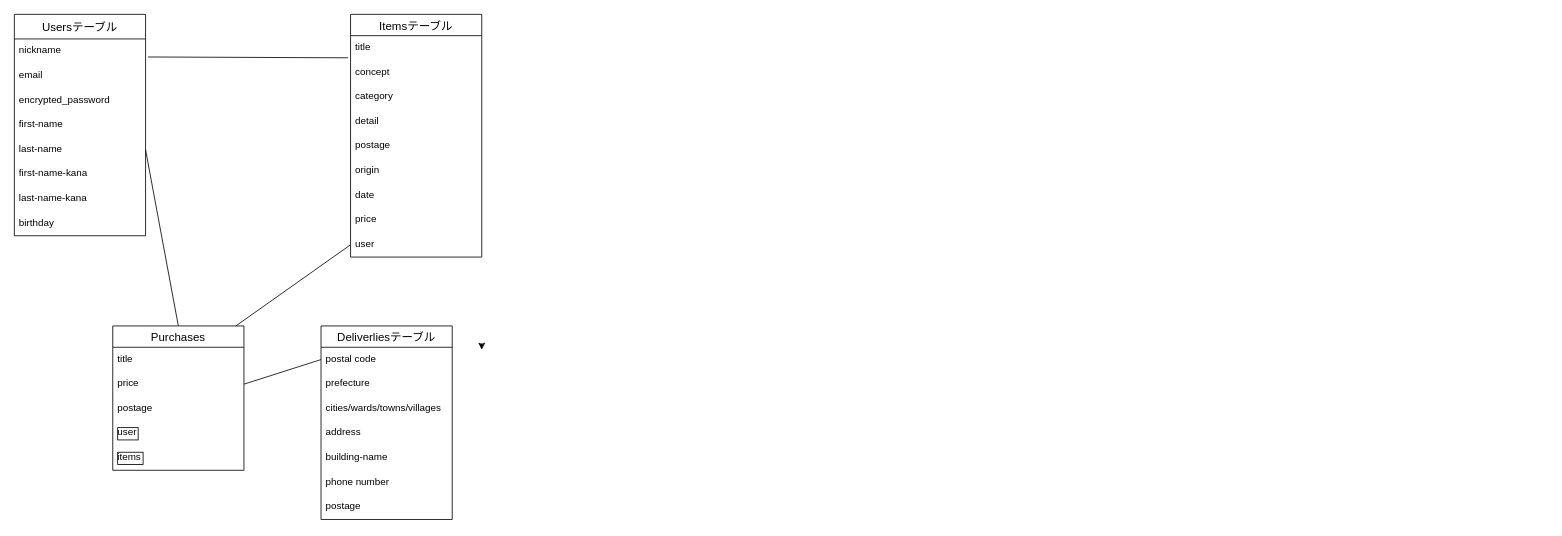
Earlier version of the draw.io diagram furima.dio (kazu-oku1/furima-37537). Source tidied: cells renumbered, new cells numbered last; positions are measured from the earlier drawing's top-left corner, leaving out a move shared by most shapes. Both pictures are drawn from the tidied source at 82%, with x=0, y=0 at pixel (14, 14).
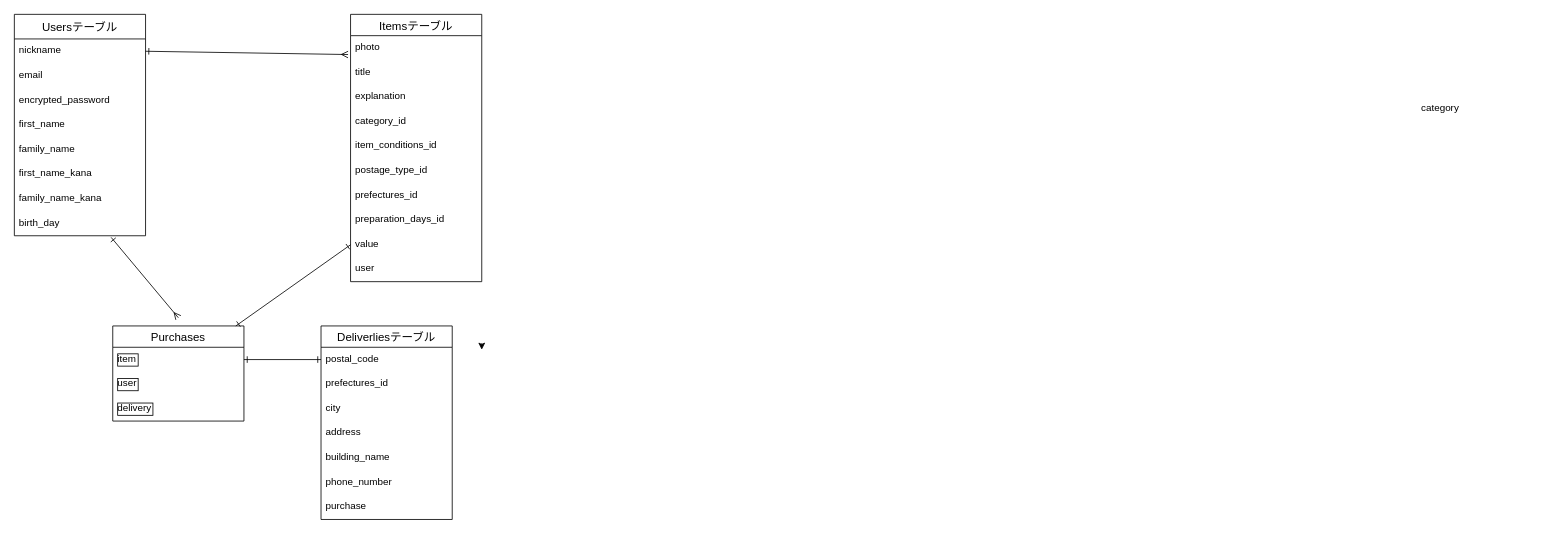
After the change.

Commit message (it also covers changes not shown here):
レビュー後修正

Unchanged cells that the change refers to:
```xml
<mxCell id="2" value="Usersテーブル" style="swimlane;fontStyle=0;horizontal=1;startSize=30;align=center;fontSize=14;" parent="1" vertex="1">
  <mxGeometry width="160" height="270" as="geometry" />
</mxCell>
<mxCell id="3" value="nickname" style="text;strokeColor=none;fillColor=none;spacingLeft=4;spacingRight=4;overflow=hidden;points=[[0,0.5],[1,0.5]];portConstraint=eastwest;fontSize=12;" parent="2" vertex="1">
  <mxGeometry y="30" width="160" height="30" as="geometry" />
</mxCell>
<mxCell id="28" value="Deliverliesテーブル" style="swimlane;fontStyle=0;horizontal=1;startSize=26;align=center;fontSize=14;" parent="1" vertex="1">
  <mxGeometry x="374" y="380" width="160" height="236" as="geometry" />
</mxCell>
```

The edit, as a diff of the source:
```diff
@@
-    <mxCell id="6" value="first-name " style="text;strokeColor=none;fillColor=none;spacingLeft=4;spacingRight=4;overflow=hidden;fontSize=12;sketch=1;" parent="2" vertex="1">
+    <mxCell id="6" value="first_name" style="text;strokeColor=none;fillColor=none;spacingLeft=4;spacingRight=4;overflow=hidden;fontSize=12;sketch=1;" parent="2" vertex="1">
       <mxGeometry y="120" width="160" height="30" as="geometry" />
     </mxCell>
-    <mxCell id="7" value="last-name" style="text;strokeColor=none;fillColor=none;spacingLeft=4;spacingRight=4;overflow=hidden;points=[[0,0.5],[1,0.5]];portConstraint=eastwest;fontSize=12;sketch=1;" parent="2" vertex="1">
+    <mxCell id="7" value="family_name" style="text;strokeColor=none;fillColor=none;spacingLeft=4;spacingRight=4;overflow=hidden;points=[[0,0.5],[1,0.5]];portConstraint=eastwest;fontSize=12;sketch=1;" parent="2" vertex="1">
       <mxGeometry y="150" width="160" height="30" as="geometry" />
     </mxCell>
-    <mxCell id="8" value="first-name-kana" style="text;strokeColor=none;fillColor=none;spacingLeft=4;spacingRight=4;overflow=hidden;fontSize=12;sketch=1;" parent="2" vertex="1">
+    <mxCell id="8" value="first_name_kana" style="text;strokeColor=none;fillColor=none;spacingLeft=4;spacingRight=4;overflow=hidden;fontSize=12;sketch=1;" parent="2" vertex="1">
       <mxGeometry y="180" width="160" height="30" as="geometry" />
     </mxCell>
-    <mxCell id="9" value="last-name-kana" style="text;strokeColor=none;fillColor=none;spacingLeft=4;spacingRight=4;overflow=hidden;fontSize=12;sketch=1;" parent="2" vertex="1">
+    <mxCell id="9" value="family_name_kana" style="text;strokeColor=none;fillColor=none;spacingLeft=4;spacingRight=4;overflow=hidden;fontSize=12;sketch=1;" parent="2" vertex="1">
       <mxGeometry y="210" width="160" height="30" as="geometry" />
     </mxCell>
-    <mxCell id="10" value="birthday" style="text;strokeColor=none;fillColor=none;spacingLeft=4;spacingRight=4;overflow=hidden;points=[[0,0.5],[1,0.5]];portConstraint=eastwest;fontSize=12;sketch=1;" parent="2" vertex="1">
+    <mxCell id="10" value="birth_day" style="text;strokeColor=none;fillColor=none;spacingLeft=4;spacingRight=4;overflow=hidden;points=[[0,0.5],[1,0.5]];portConstraint=eastwest;fontSize=12;sketch=1;" parent="2" vertex="1">
       <mxGeometry y="240" width="160" height="30" as="geometry" />
     </mxCell>
     <mxCell id="11" value="Purchases" style="swimlane;fontStyle=0;horizontal=1;startSize=26;align=center;fontSize=14;" parent="1" vertex="1">
-      <mxGeometry x="120" y="380" width="160" height="176" as="geometry" />
+      <mxGeometry x="120" y="380" width="160" height="116" as="geometry" />
     </mxCell>
-    <mxCell id="12" value="title" style="text;strokeColor=none;fillColor=none;spacingLeft=4;spacingRight=4;overflow=hidden;points=[[0,0.5],[1,0.5]];portConstraint=eastwest;fontSize=12;" parent="11" vertex="1">
-      <mxGeometry y="26" width="160" height="30" as="geometry" />
-    </mxCell>
-    <mxCell id="13" value="price&#10;" style="text;strokeColor=none;fillColor=none;spacingLeft=4;spacingRight=4;overflow=hidden;points=[[0,0.5],[1,0.5]];portConstraint=eastwest;fontSize=12;" parent="11" vertex="1">
-      <mxGeometry y="56" width="160" height="30" as="geometry" />
-    </mxCell>
-    <mxCell id="14" value="postage" style="text;strokeColor=none;fillColor=none;spacingLeft=4;spacingRight=4;overflow=hidden;fontSize=12;" parent="11" vertex="1">
-      <mxGeometry y="86" width="160" height="30" as="geometry" />
-    </mxCell>
-    <mxCell id="15" value="user" style="text;strokeColor=none;fillColor=none;spacingLeft=4;spacingRight=4;overflow=hidden;fontSize=12;labelBorderColor=default;" parent="11" vertex="1">
-      <mxGeometry y="116" width="160" height="30" as="geometry" />
+    <mxCell id="15" value="item" style="text;spacingLeft=4;spacingRight=4;overflow=hidden;fontSize=12;labelBorderColor=default;" parent="11" vertex="1">
+      <mxGeometry y="26" width="160" height="30" as="geometry" />
     </mxCell>
-    <mxCell id="16" value="items" style="text;strokeColor=none;fillColor=none;spacingLeft=4;spacingRight=4;overflow=hidden;fontSize=12;labelBorderColor=default;" parent="11" vertex="1">
-      <mxGeometry y="146" width="160" height="30" as="geometry" />
+    <mxCell id="16" value="user" style="text;strokeColor=none;fillColor=none;spacingLeft=4;spacingRight=4;overflow=hidden;fontSize=12;labelBorderColor=default;" parent="11" vertex="1">
+      <mxGeometry y="56" width="160" height="30" as="geometry" />
     </mxCell>
+    <mxCell id="40" value="delivery" style="text;strokeColor=none;fillColor=none;spacingLeft=4;spacingRight=4;overflow=hidden;fontSize=12;labelBorderColor=default;" parent="11" vertex="1">
+      <mxGeometry y="86" width="160" height="30" as="geometry" />
+    </mxCell>
     <mxCell id="17" value="Itemsテーブル" style="swimlane;fontStyle=0;horizontal=1;startSize=26;align=center;fontSize=14;" parent="1" vertex="1">
-      <mxGeometry x="410" width="160" height="296" as="geometry" />
+      <mxGeometry x="410" width="160" height="326" as="geometry" />
     </mxCell>
+    <mxCell id="12" value="photo" style="text;strokeColor=none;fillColor=none;spacingLeft=4;spacingRight=4;overflow=hidden;points=[[0,0.5],[1,0.5]];portConstraint=eastwest;fontSize=12;" parent="17" vertex="1">
+      <mxGeometry y="26" width="160" height="30" as="geometry" />
+    </mxCell>
     <mxCell id="18" value="title    &#10;" style="text;strokeColor=none;fillColor=none;spacingLeft=4;spacingRight=4;overflow=hidden;fontSize=12;" parent="17" vertex="1">
-      <mxGeometry y="26" width="160" height="30" as="geometry" />
+      <mxGeometry y="56" width="160" height="30" as="geometry" />
     </mxCell>
-    <mxCell id="19" value="concept" style="text;strokeColor=none;fillColor=none;spacingLeft=4;spacingRight=4;overflow=hidden;points=[[0,0.5],[1,0.5]];portConstraint=eastwest;fontSize=12;" parent="17" vertex="1">
-      <mxGeometry y="56" width="160" height="30" as="geometry" />
+    <mxCell id="19" value="explanation" style="text;strokeColor=none;fillColor=none;spacingLeft=4;spacingRight=4;overflow=hidden;points=[[0,0.5],[1,0.5]];portConstraint=eastwest;fontSize=12;" parent="17" vertex="1">
+      <mxGeometry y="86" width="160" height="30" as="geometry" />
     </mxCell>
-    <mxCell id="20" value="category" style="text;strokeColor=none;fillColor=none;spacingLeft=4;spacingRight=4;overflow=hidden;fontSize=12;" parent="17" vertex="1">
-      <mxGeometry y="86" width="160" height="30" as="geometry" />
-    </mxCell>
-    <mxCell id="21" value="detail" style="text;strokeColor=none;fillColor=none;spacingLeft=4;spacingRight=4;overflow=hidden;fontSize=12;" parent="17" vertex="1">
+    <mxCell id="21" value="category_id" style="text;strokeColor=none;fillColor=none;spacingLeft=4;spacingRight=4;overflow=hidden;fontSize=12;" parent="17" vertex="1">
       <mxGeometry y="116" width="160" height="30" as="geometry" />
     </mxCell>
-    <mxCell id="22" value="postage" style="text;strokeColor=none;fillColor=none;spacingLeft=4;spacingRight=4;overflow=hidden;fontSize=12;" parent="17" vertex="1">
+    <mxCell id="22" value="item_conditions_id" style="text;strokeColor=none;fillColor=none;spacingLeft=4;spacingRight=4;overflow=hidden;fontSize=12;" parent="17" vertex="1">
       <mxGeometry y="146" width="160" height="30" as="geometry" />
     </mxCell>
-    <mxCell id="23" value="origin" style="text;strokeColor=none;fillColor=none;spacingLeft=4;spacingRight=4;overflow=hidden;fontSize=12;" parent="17" vertex="1">
+    <mxCell id="23" value="postage_type_id" style="text;strokeColor=none;fillColor=none;spacingLeft=4;spacingRight=4;overflow=hidden;fontSize=12;" parent="17" vertex="1">
       <mxGeometry y="176" width="160" height="30" as="geometry" />
     </mxCell>
-    <mxCell id="24" value="date" style="text;strokeColor=none;fillColor=none;spacingLeft=4;spacingRight=4;overflow=hidden;fontSize=12;" parent="17" vertex="1">
+    <mxCell id="24" value="prefectures_id" style="text;strokeColor=none;fillColor=none;spacingLeft=4;spacingRight=4;overflow=hidden;fontSize=12;" parent="17" vertex="1">
       <mxGeometry y="206" width="160" height="30" as="geometry" />
     </mxCell>
-    <mxCell id="25" value="price" style="text;strokeColor=none;fillColor=none;spacingLeft=4;spacingRight=4;overflow=hidden;fontSize=12;" parent="17" vertex="1">
+    <mxCell id="25" value="preparation_days_id" style="text;strokeColor=none;fillColor=none;spacingLeft=4;spacingRight=4;overflow=hidden;fontSize=12;html=1;" parent="17" vertex="1">
       <mxGeometry y="236" width="160" height="30" as="geometry" />
     </mxCell>
-    <mxCell id="26" value="user" style="text;strokeColor=none;fillColor=none;spacingLeft=4;spacingRight=4;overflow=hidden;points=[[0,0.5],[1,0.5]];portConstraint=eastwest;fontSize=12;" parent="17" vertex="1">
+    <mxCell id="26" value="value&#10;    " style="text;strokeColor=none;fillColor=none;spacingLeft=4;spacingRight=4;overflow=hidden;points=[[0,0.5],[1,0.5]];portConstraint=eastwest;fontSize=12;" parent="17" vertex="1">
       <mxGeometry y="266" width="160" height="30" as="geometry" />
     </mxCell>
+    <mxCell id="41" value="user" style="text;strokeColor=none;fillColor=none;spacingLeft=4;spacingRight=4;overflow=hidden;fontSize=12;" parent="17" vertex="1">
+      <mxGeometry y="296" width="160" height="30" as="geometry" />
+    </mxCell>
@@
-    <mxCell id="29" value="postal code" style="text;strokeColor=none;fillColor=none;spacingLeft=4;spacingRight=4;overflow=hidden;points=[[0,0.5],[1,0.5]];portConstraint=eastwest;fontSize=12;" parent="28" vertex="1">
+    <mxCell id="29" value="postal_code" style="text;strokeColor=none;fillColor=none;spacingLeft=4;spacingRight=4;overflow=hidden;points=[[0,0.5],[1,0.5]];portConstraint=eastwest;fontSize=12;" parent="28" vertex="1">
       <mxGeometry y="26" width="160" height="30" as="geometry" />
     </mxCell>
-    <mxCell id="30" value="prefecture" style="text;strokeColor=none;fillColor=none;spacingLeft=4;spacingRight=4;overflow=hidden;fontSize=12;" parent="28" vertex="1">
+    <mxCell id="30" value="prefectures_id" style="text;strokeColor=none;fillColor=none;spacingLeft=4;spacingRight=4;overflow=hidden;fontSize=12;" parent="28" vertex="1">
       <mxGeometry y="56" width="160" height="30" as="geometry" />
     </mxCell>
-    <mxCell id="31" value="cities/wards/towns/villages&#10;&#10;&#10;" style="text;strokeColor=none;fillColor=none;spacingLeft=4;spacingRight=4;overflow=hidden;fontSize=12;" parent="28" vertex="1">
+    <mxCell id="31" value="city" style="text;strokeColor=none;fillColor=none;spacingLeft=4;spacingRight=4;overflow=hidden;fontSize=12;" parent="28" vertex="1">
       <mxGeometry y="86" width="160" height="30" as="geometry" />
     </mxCell>
@@
-    <mxCell id="33" value="building-name" style="text;strokeColor=none;fillColor=none;spacingLeft=4;spacingRight=4;overflow=hidden;fontSize=12;" parent="28" vertex="1">
+    <mxCell id="33" value="building_name" style="text;strokeColor=none;fillColor=none;spacingLeft=4;spacingRight=4;overflow=hidden;fontSize=12;" parent="28" vertex="1">
       <mxGeometry y="146" width="160" height="30" as="geometry" />
     </mxCell>
-    <mxCell id="34" value="phone number" style="text;strokeColor=none;fillColor=none;spacingLeft=4;spacingRight=4;overflow=hidden;fontSize=12;" parent="28" vertex="1">
+    <mxCell id="34" value="phone_number" style="text;strokeColor=none;fillColor=none;spacingLeft=4;spacingRight=4;overflow=hidden;fontSize=12;" parent="28" vertex="1">
       <mxGeometry y="176" width="160" height="30" as="geometry" />
     </mxCell>
-    <mxCell id="35" value="postage" style="text;strokeColor=none;fillColor=none;spacingLeft=4;spacingRight=4;overflow=hidden;fontSize=12;" parent="28" vertex="1">
+    <mxCell id="35" value="purchase" style="text;strokeColor=none;fillColor=none;spacingLeft=4;spacingRight=4;overflow=hidden;fontSize=12;" parent="28" vertex="1">
       <mxGeometry y="206" width="160" height="30" as="geometry" />
     </mxCell>
-    <mxCell id="36" style="edgeStyle=none;html=1;endArrow=none;endFill=0;entryX=-0.019;entryY=-0.1;entryDx=0;entryDy=0;entryPerimeter=0;exitX=1.019;exitY=0.733;exitDx=0;exitDy=0;exitPerimeter=0;" parent="1" edge="1" source="3" target="19">
-      <mxGeometry relative="1" as="geometry" />
-    </mxCell>
-    <mxCell id="37" style="edgeStyle=none;html=1;exitX=1;exitY=0.5;exitDx=0;exitDy=0;entryX=0.5;entryY=0;entryDx=0;entryDy=0;endArrow=none;endFill=0;" parent="1" edge="1" source="7" target="11">
-      <mxGeometry relative="1" as="geometry" />
-    </mxCell>
-    <mxCell id="38" style="edgeStyle=none;html=1;exitX=1;exitY=0.5;exitDx=0;exitDy=0;entryX=0;entryY=0.5;entryDx=0;entryDy=0;endArrow=none;endFill=0;" parent="1" edge="1" source="13" target="29">
-      <mxGeometry relative="1" as="geometry" />
+    <mxCell id="38" style="edgeStyle=none;html=1;exitX=1;exitY=0.5;exitDx=0;exitDy=0;entryX=0;entryY=0.5;entryDx=0;entryDy=0;endArrow=ERone;endFill=0;startArrow=ERone;startFill=0;" parent="1" edge="1" target="29">
+      <mxGeometry relative="1" as="geometry">
+        <mxPoint x="280" y="421" as="sourcePoint" />
+      </mxGeometry>
     </mxCell>
-    <mxCell id="39" style="edgeStyle=none;html=1;exitX=0;exitY=0.5;exitDx=0;exitDy=0;entryX=0.938;entryY=0;entryDx=0;entryDy=0;entryPerimeter=0;endArrow=none;endFill=0;" parent="1" edge="1" source="26" target="11">
+    <mxCell id="39" style="html=1;exitX=0;exitY=0.5;exitDx=0;exitDy=0;entryX=0.938;entryY=0;entryDx=0;entryDy=0;entryPerimeter=0;endArrow=ERone;endFill=0;startArrow=ERone;startFill=0;" parent="1" edge="1" source="26" target="11">
       <mxGeometry relative="1" as="geometry" />
     </mxCell>
+    <mxCell id="20" value="category" style="text;strokeColor=none;fillColor=none;spacingLeft=4;spacingRight=4;overflow=hidden;fontSize=12;" parent="1" vertex="1">
+      <mxGeometry x="1710" y="100" width="160" height="30" as="geometry" />
+    </mxCell>
+    <mxCell id="42" style="edgeStyle=none;html=1;exitX=1;exitY=0.5;exitDx=0;exitDy=0;entryX=-0.019;entryY=0.767;entryDx=0;entryDy=0;entryPerimeter=0;startArrow=ERone;startFill=0;endArrow=ERmany;endFill=0;" parent="1" edge="1" source="3" target="12">
+      <mxGeometry relative="1" as="geometry" />
+    </mxCell>
+    <mxCell id="43" style="edgeStyle=none;html=1;exitX=0.738;exitY=1.067;exitDx=0;exitDy=0;startArrow=ERone;startFill=0;endArrow=ERmany;endFill=0;exitPerimeter=0;" parent="1" edge="1" source="10">
+      <mxGeometry relative="1" as="geometry">
+        <mxPoint x="200" y="370" as="targetPoint" />
+      </mxGeometry>
+    </mxCell>
```
